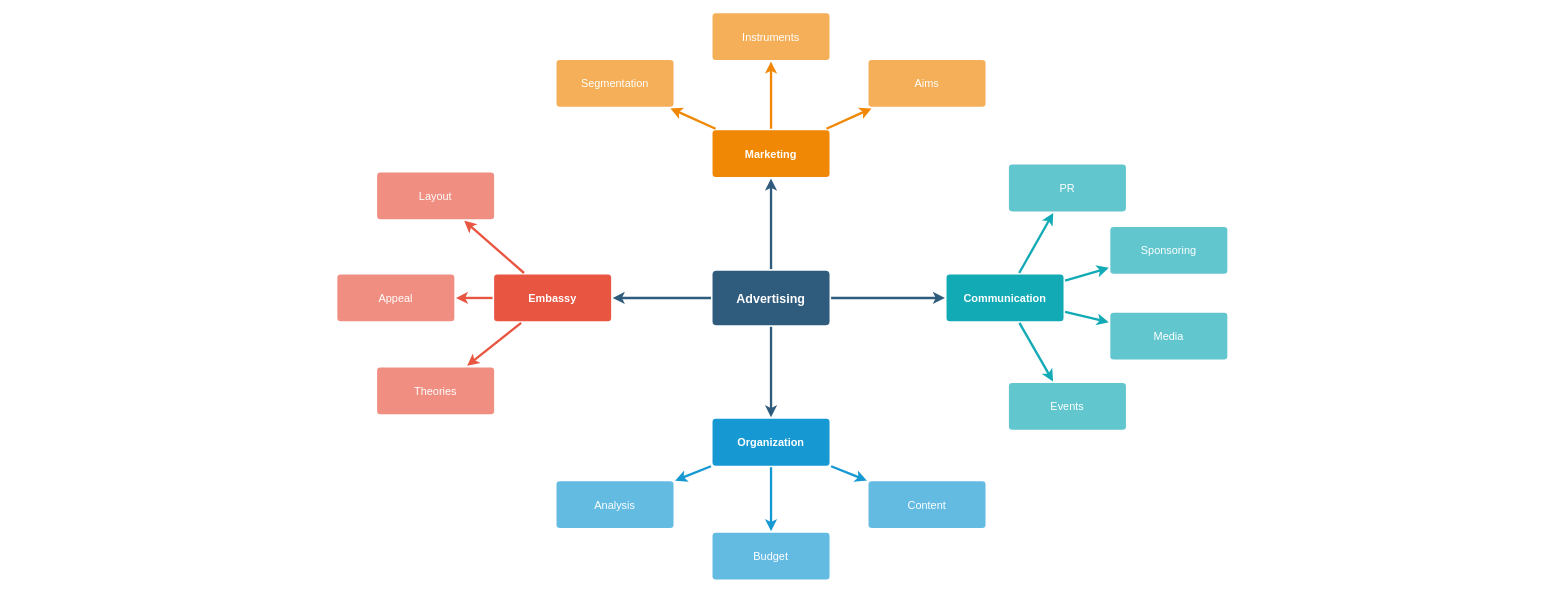
The draw.io diagram Untitled Diagram.drawio in yesica0/inter, before the edit. Source tidied: cells renumbered, new cells numbered last; positions are measured from the earlier drawing's top-left corner, leaving out a move shared by most shapes. Both pictures are drawn from the tidied source at 78%, with x=0, y=0 at pixel (337, 12).
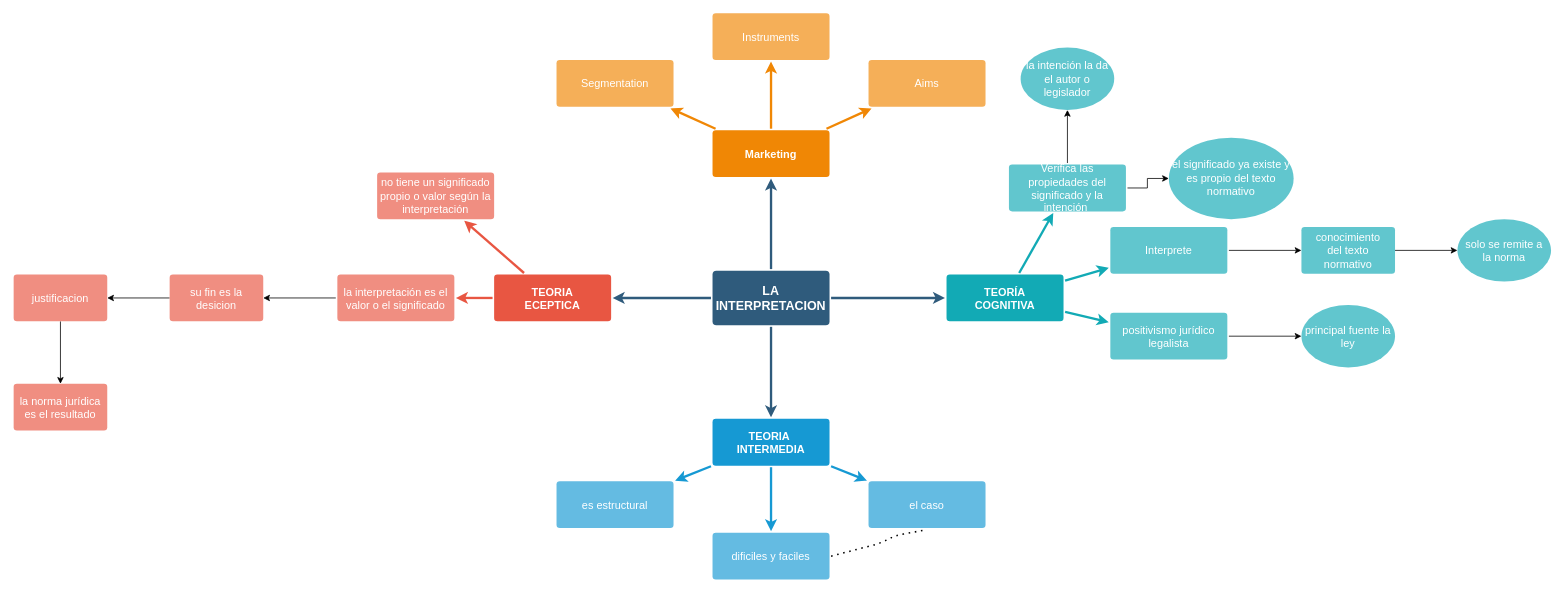
After the change.

Change to the diagram source:
```diff
@@
-    <mxCell id="6" value="Advertising" style="rounded=1;whiteSpace=wrap;html=1;shadow=0;labelBackgroundColor=none;strokeColor=none;strokeWidth=3;fillColor=#2F5B7C;fontFamily=Helvetica;fontSize=16;fontColor=#FFFFFF;align=center;fontStyle=1;spacing=5;arcSize=7;perimeterSpacing=2;" parent="1" vertex="1">
+    <mxCell id="6" value="LA INTERPRETACION" style="rounded=1;whiteSpace=wrap;html=1;shadow=0;labelBackgroundColor=none;strokeColor=none;strokeWidth=3;fillColor=#2F5B7C;fontFamily=Helvetica;fontSize=16;fontColor=#FFFFFF;align=center;fontStyle=1;spacing=5;arcSize=7;perimeterSpacing=2;" parent="1" vertex="1">
       <mxGeometry x="481" y="330.5" width="150" height="70" as="geometry" />
     </mxCell>
@@
-    <mxCell id="9" style="edgeStyle=none;rounded=1;jumpStyle=none;html=1;shadow=0;labelBackgroundColor=none;startArrow=none;startFill=0;jettySize=auto;strokeColor=#E85642;strokeWidth=3;fontFamily=Helvetica;fontSize=14;fontColor=#FFFFFF;spacing=5;fontStyle=1;fillColor=#b0e3e6;" parent="1" edge="1" source="10" target="11">
-      <mxGeometry relative="1" as="geometry" />
-    </mxCell>
-    <mxCell id="10" value="Embassy" style="rounded=1;whiteSpace=wrap;html=1;shadow=0;labelBackgroundColor=none;strokeColor=none;strokeWidth=3;fillColor=#e85642;fontFamily=Helvetica;fontSize=14;fontColor=#FFFFFF;align=center;spacing=5;fontStyle=1;arcSize=7;perimeterSpacing=2;" parent="1" vertex="1">
+    <mxCell id="10" value="TEORIA&lt;br&gt;ECEPTICA" style="rounded=1;whiteSpace=wrap;html=1;shadow=0;labelBackgroundColor=none;strokeColor=none;strokeWidth=3;fillColor=#e85642;fontFamily=Helvetica;fontSize=14;fontColor=#FFFFFF;align=center;spacing=5;fontStyle=1;arcSize=7;perimeterSpacing=2;" parent="1" vertex="1">
       <mxGeometry x="201" y="335.5" width="150" height="60" as="geometry" />
     </mxCell>
-    <mxCell id="11" value="Theories" style="rounded=1;whiteSpace=wrap;html=1;shadow=0;labelBackgroundColor=none;strokeColor=none;strokeWidth=3;fillColor=#f08e81;fontFamily=Helvetica;fontSize=14;fontColor=#FFFFFF;align=center;spacing=5;fontStyle=0;arcSize=7;perimeterSpacing=2;" parent="1" vertex="1">
-      <mxGeometry x="51" y="454.5" width="150" height="60" as="geometry" />
-    </mxCell>
+    <mxCell id="37" style="edgeStyle=orthogonalEdgeStyle;rounded=0;jettySize=auto;html=1;" parent="1" edge="1" source="12" target="50">
+      <mxGeometry relative="1" as="geometry" />
+    </mxCell>
-    <mxCell id="12" value="Appeal" style="rounded=1;whiteSpace=wrap;html=1;shadow=0;labelBackgroundColor=none;strokeColor=none;strokeWidth=3;fillColor=#f08e81;fontFamily=Helvetica;fontSize=14;fontColor=#FFFFFF;align=center;spacing=5;fontStyle=0;arcSize=7;perimeterSpacing=2;" parent="1" vertex="1">
+    <mxCell id="12" value="la interpretación es el valor o el significado" style="rounded=1;whiteSpace=wrap;html=1;shadow=0;labelBackgroundColor=none;strokeColor=none;strokeWidth=3;fillColor=#f08e81;fontFamily=Helvetica;fontSize=14;fontColor=#FFFFFF;align=center;spacing=5;fontStyle=0;arcSize=7;perimeterSpacing=2;" parent="1" vertex="1">
       <mxGeometry y="335.5" width="150" height="60" as="geometry" />
     </mxCell>
-    <mxCell id="13" value="Layout" style="rounded=1;whiteSpace=wrap;html=1;shadow=0;labelBackgroundColor=none;strokeColor=none;strokeWidth=3;fillColor=#f08e81;fontFamily=Helvetica;fontSize=14;fontColor=#FFFFFF;align=center;spacing=5;fontStyle=0;arcSize=7;perimeterSpacing=2;" parent="1" vertex="1">
+    <mxCell id="13" value="no tiene un significado propio o valor según la interpretación" style="rounded=1;whiteSpace=wrap;html=1;shadow=0;labelBackgroundColor=none;strokeColor=none;strokeWidth=3;fillColor=#f08e81;fontFamily=Helvetica;fontSize=14;fontColor=#FFFFFF;align=center;spacing=5;fontStyle=0;arcSize=7;perimeterSpacing=2;" parent="1" vertex="1">
       <mxGeometry x="51" y="204.5" width="150" height="60" as="geometry" />
     </mxCell>
@@
-    <mxCell id="17" value="Organization" style="rounded=1;whiteSpace=wrap;html=1;shadow=0;labelBackgroundColor=none;strokeColor=none;strokeWidth=3;fillColor=#1699d3;fontFamily=Helvetica;fontSize=14;fontColor=#FFFFFF;align=center;spacing=5;fontStyle=1;arcSize=7;perimeterSpacing=2;" parent="1" vertex="1">
+    <mxCell id="17" value="TEORIA&amp;nbsp;&lt;br&gt;INTERMEDIA" style="rounded=1;whiteSpace=wrap;html=1;shadow=0;labelBackgroundColor=none;strokeColor=none;strokeWidth=3;fillColor=#1699d3;fontFamily=Helvetica;fontSize=14;fontColor=#FFFFFF;align=center;spacing=5;fontStyle=1;arcSize=7;perimeterSpacing=2;" parent="1" vertex="1">
       <mxGeometry x="481" y="520.5" width="150" height="60" as="geometry" />
     </mxCell>
-    <mxCell id="18" value="Content" style="rounded=1;whiteSpace=wrap;html=1;shadow=0;labelBackgroundColor=none;strokeColor=none;strokeWidth=3;fillColor=#64bbe2;fontFamily=Helvetica;fontSize=14;fontColor=#FFFFFF;align=center;spacing=5;arcSize=7;perimeterSpacing=2;" parent="1" vertex="1">
+    <mxCell id="18" value="el caso" style="rounded=1;whiteSpace=wrap;html=1;shadow=0;labelBackgroundColor=none;strokeColor=none;strokeWidth=3;fillColor=#64bbe2;fontFamily=Helvetica;fontSize=14;fontColor=#FFFFFF;align=center;spacing=5;arcSize=7;perimeterSpacing=2;" parent="1" vertex="1">
       <mxGeometry x="681" y="600.5" width="150" height="60" as="geometry" />
     </mxCell>
-    <mxCell id="19" value="Budget" style="rounded=1;whiteSpace=wrap;html=1;shadow=0;labelBackgroundColor=none;strokeColor=none;strokeWidth=3;fillColor=#64bbe2;fontFamily=Helvetica;fontSize=14;fontColor=#FFFFFF;align=center;spacing=5;arcSize=7;perimeterSpacing=2;" parent="1" vertex="1">
+    <mxCell id="19" value="dificiles y faciles" style="rounded=1;whiteSpace=wrap;html=1;shadow=0;labelBackgroundColor=none;strokeColor=none;strokeWidth=3;fillColor=#64bbe2;fontFamily=Helvetica;fontSize=14;fontColor=#FFFFFF;align=center;spacing=5;arcSize=7;perimeterSpacing=2;" parent="1" vertex="1">
       <mxGeometry x="481" y="666.5" width="150" height="60" as="geometry" />
     </mxCell>
-    <mxCell id="20" value="Analysis" style="rounded=1;whiteSpace=wrap;html=1;shadow=0;labelBackgroundColor=none;strokeColor=none;strokeWidth=3;fillColor=#64bbe2;fontFamily=Helvetica;fontSize=14;fontColor=#FFFFFF;align=center;spacing=5;arcSize=7;perimeterSpacing=2;" parent="1" vertex="1">
+    <mxCell id="20" value="es estructural" style="rounded=1;whiteSpace=wrap;html=1;shadow=0;labelBackgroundColor=none;strokeColor=none;strokeWidth=3;fillColor=#64bbe2;fontFamily=Helvetica;fontSize=14;fontColor=#FFFFFF;align=center;spacing=5;arcSize=7;perimeterSpacing=2;" parent="1" vertex="1">
       <mxGeometry x="281" y="600.5" width="150" height="60" as="geometry" />
     </mxCell>
@@
-    <mxCell id="28" value="Communication" style="rounded=1;whiteSpace=wrap;html=1;shadow=0;labelBackgroundColor=none;strokeColor=none;strokeWidth=3;fillColor=#12aab5;fontFamily=Helvetica;fontSize=14;fontColor=#FFFFFF;align=center;spacing=5;fontStyle=1;arcSize=7;perimeterSpacing=2;" parent="1" vertex="1">
+    <mxCell id="28" value="TEORÍA&lt;br&gt;COGNITIVA" style="rounded=1;whiteSpace=wrap;html=1;shadow=0;labelBackgroundColor=none;strokeColor=none;strokeWidth=3;fillColor=#12aab5;fontFamily=Helvetica;fontSize=14;fontColor=#FFFFFF;align=center;spacing=5;fontStyle=1;arcSize=7;perimeterSpacing=2;" parent="1" vertex="1">
       <mxGeometry x="781" y="335.5" width="150" height="60" as="geometry" />
     </mxCell>
-    <mxCell id="29" value="Events" style="rounded=1;whiteSpace=wrap;html=1;shadow=0;labelBackgroundColor=none;strokeColor=none;strokeWidth=3;fillColor=#61c6ce;fontFamily=Helvetica;fontSize=14;fontColor=#FFFFFF;align=center;spacing=5;fontStyle=0;arcSize=7;perimeterSpacing=2;" parent="1" vertex="1">
-      <mxGeometry x="861" y="474.5" width="150" height="60" as="geometry" />
-    </mxCell>
-    <mxCell id="30" style="edgeStyle=none;rounded=1;jumpStyle=none;html=1;shadow=0;labelBackgroundColor=none;startArrow=none;startFill=0;jettySize=auto;strokeColor=#12AAB5;strokeWidth=3;fontFamily=Helvetica;fontSize=14;fontColor=#FFFFFF;spacing=5;fontStyle=1;fillColor=#b0e3e6;" parent="1" edge="1" source="28" target="29">
-      <mxGeometry relative="1" as="geometry" />
-    </mxCell>
+    <mxCell id="38" style="edgeStyle=orthogonalEdgeStyle;rounded=0;jettySize=auto;html=1;" parent="1" edge="1" source="31" target="47">
+      <mxGeometry relative="1" as="geometry" />
+    </mxCell>
-    <mxCell id="31" value="Media" style="rounded=1;whiteSpace=wrap;html=1;shadow=0;labelBackgroundColor=none;strokeColor=none;strokeWidth=3;fillColor=#61c6ce;fontFamily=Helvetica;fontSize=14;fontColor=#FFFFFF;align=center;spacing=5;fontStyle=0;arcSize=7;perimeterSpacing=2;" parent="1" vertex="1">
+    <mxCell id="31" value="positivismo jurídico legalista" style="rounded=1;whiteSpace=wrap;html=1;shadow=0;labelBackgroundColor=none;strokeColor=none;strokeWidth=3;fillColor=#61c6ce;fontFamily=Helvetica;fontSize=14;fontColor=#FFFFFF;align=center;spacing=5;fontStyle=0;arcSize=7;perimeterSpacing=2;" parent="1" vertex="1">
       <mxGeometry x="991" y="384.5" width="150" height="60" as="geometry" />
     </mxCell>
@@
+    <mxCell id="39" style="edgeStyle=orthogonalEdgeStyle;rounded=0;jettySize=auto;html=1;" parent="1" edge="1" source="33" target="45">
+      <mxGeometry relative="1" as="geometry" />
+    </mxCell>
-    <mxCell id="33" value="Sponsoring" style="rounded=1;whiteSpace=wrap;html=1;shadow=0;labelBackgroundColor=none;strokeColor=none;strokeWidth=3;fillColor=#61c6ce;fontFamily=Helvetica;fontSize=14;fontColor=#FFFFFF;align=center;spacing=5;fontStyle=0;arcSize=7;perimeterSpacing=2;" parent="1" vertex="1">
+    <mxCell id="33" value="Interprete" style="rounded=1;whiteSpace=wrap;html=1;shadow=0;labelBackgroundColor=none;strokeColor=none;strokeWidth=3;fillColor=#61c6ce;fontFamily=Helvetica;fontSize=14;fontColor=#FFFFFF;align=center;spacing=5;fontStyle=0;arcSize=7;perimeterSpacing=2;" parent="1" vertex="1">
       <mxGeometry x="991" y="274.5" width="150" height="60" as="geometry" />
     </mxCell>
@@
+    <mxCell id="40" style="edgeStyle=orthogonalEdgeStyle;rounded=0;jettySize=auto;html=1;" parent="1" edge="1" source="35" target="42">
+      <mxGeometry relative="1" as="geometry" />
+    </mxCell>
+    <mxCell id="41" style="edgeStyle=orthogonalEdgeStyle;rounded=0;jettySize=auto;html=1;" parent="1" edge="1" source="35" target="43">
+      <mxGeometry relative="1" as="geometry" />
+    </mxCell>
-    <mxCell id="35" value="PR" style="rounded=1;whiteSpace=wrap;html=1;shadow=0;labelBackgroundColor=none;strokeColor=none;strokeWidth=3;fillColor=#61c6ce;fontFamily=Helvetica;fontSize=14;fontColor=#FFFFFF;align=center;spacing=5;fontStyle=0;arcSize=7;perimeterSpacing=2;" parent="1" vertex="1">
+    <mxCell id="35" value="Verifica las propiedades del significado y la intención&amp;nbsp;" style="rounded=1;whiteSpace=wrap;html=1;shadow=0;labelBackgroundColor=none;strokeColor=none;strokeWidth=3;fillColor=#61c6ce;fontFamily=Helvetica;fontSize=14;fontColor=#FFFFFF;align=center;spacing=5;fontStyle=0;arcSize=7;perimeterSpacing=2;" parent="1" vertex="1">
       <mxGeometry x="861" y="194.5" width="150" height="60" as="geometry" />
     </mxCell>
@@
+    <mxCell id="42" value="el significado ya existe y es propio del texto normativo" style="ellipse;whiteSpace=wrap;html=1;rounded=1;shadow=0;fontSize=14;fontColor=#FFFFFF;fontStyle=0;strokeColor=none;strokeWidth=3;fillColor=#61c6ce;spacing=5;arcSize=7;" parent="1" vertex="1">
+      <mxGeometry x="1066" y="160" width="160" height="104.5" as="geometry" />
+    </mxCell>
+    <mxCell id="43" value="la intención la da el autor o legislador" style="ellipse;whiteSpace=wrap;html=1;rounded=1;shadow=0;fontSize=14;fontColor=#FFFFFF;fontStyle=0;strokeColor=none;strokeWidth=3;fillColor=#61c6ce;spacing=5;arcSize=7;" parent="1" vertex="1">
+      <mxGeometry x="876" y="44.5" width="120" height="80" as="geometry" />
+    </mxCell>
+    <mxCell id="44" style="edgeStyle=orthogonalEdgeStyle;rounded=0;jettySize=auto;html=1;" parent="1" edge="1" source="45" target="46">
+      <mxGeometry relative="1" as="geometry" />
+    </mxCell>
+    <mxCell id="45" value="conocimiento del texto normativo" style="shape=process;whiteSpace=wrap;html=1;backgroundOutline=1;rounded=1;shadow=0;fontSize=14;fontColor=#FFFFFF;fontStyle=0;strokeColor=none;strokeWidth=3;fillColor=#61c6ce;spacing=5;arcSize=7;" parent="1" vertex="1">
+      <mxGeometry x="1236" y="274.5" width="120" height="60" as="geometry" />
+    </mxCell>
+    <mxCell id="46" value="solo se remite a la norma" style="ellipse;whiteSpace=wrap;html=1;rounded=1;shadow=0;fontSize=14;fontColor=#FFFFFF;fontStyle=0;strokeColor=none;strokeWidth=3;fillColor=#61c6ce;spacing=5;arcSize=7;" parent="1" vertex="1">
+      <mxGeometry x="1436" y="264.5" width="120" height="80" as="geometry" />
+    </mxCell>
+    <mxCell id="47" value="principal fuente la ley" style="ellipse;whiteSpace=wrap;html=1;rounded=1;shadow=0;fontSize=14;fontColor=#FFFFFF;fontStyle=0;strokeColor=none;strokeWidth=3;fillColor=#61c6ce;spacing=5;arcSize=7;" parent="1" vertex="1">
+      <mxGeometry x="1236" y="374.5" width="120" height="80" as="geometry" />
+    </mxCell>
+    <mxCell id="48" style="endArrow=none;dashed=1;html=1;dashPattern=1 3;strokeWidth=2;exitX=1;exitY=0.5;exitDx=0;exitDy=0;entryX=0.5;entryY=1;entryDx=0;entryDy=0;" parent="1" edge="1" source="19" target="18">
+      <mxGeometry relative="1" as="geometry">
+        <Array as="points">
+          <mxPoint x="696" y="680" />
+          <mxPoint x="716" y="670" />
+        </Array>
+      </mxGeometry>
+    </mxCell>
+    <mxCell id="49" style="edgeStyle=orthogonalEdgeStyle;rounded=0;jettySize=auto;html=1;" parent="1" edge="1" source="50" target="52">
+      <mxGeometry relative="1" as="geometry" />
+    </mxCell>
+    <mxCell id="50" value="su fin es la desicion" style="whiteSpace=wrap;html=1;rounded=1;shadow=0;fontSize=14;fontColor=#FFFFFF;fontStyle=0;strokeColor=none;strokeWidth=3;fillColor=#f08e81;spacing=5;arcSize=7;" parent="1" vertex="1">
+      <mxGeometry x="-215" y="335.5" width="120" height="60" as="geometry" />
+    </mxCell>
+    <mxCell id="51" style="edgeStyle=orthogonalEdgeStyle;rounded=0;jettySize=auto;html=1;" parent="1" edge="1" source="52" target="53">
+      <mxGeometry relative="1" as="geometry" />
+    </mxCell>
+    <mxCell id="52" value="justificacion" style="whiteSpace=wrap;html=1;rounded=1;shadow=0;fontSize=14;fontColor=#FFFFFF;fontStyle=0;strokeColor=none;strokeWidth=3;fillColor=#f08e81;spacing=5;arcSize=7;" parent="1" vertex="1">
+      <mxGeometry x="-415" y="335.5" width="120" height="60" as="geometry" />
+    </mxCell>
+    <mxCell id="53" value="la norma jurídica es el resultado" style="whiteSpace=wrap;html=1;rounded=1;shadow=0;fontSize=14;fontColor=#FFFFFF;fontStyle=0;strokeColor=none;strokeWidth=3;fillColor=#f08e81;spacing=5;arcSize=7;" parent="1" vertex="1">
+      <mxGeometry x="-415" y="475.5" width="120" height="60" as="geometry" />
+    </mxCell>
```
